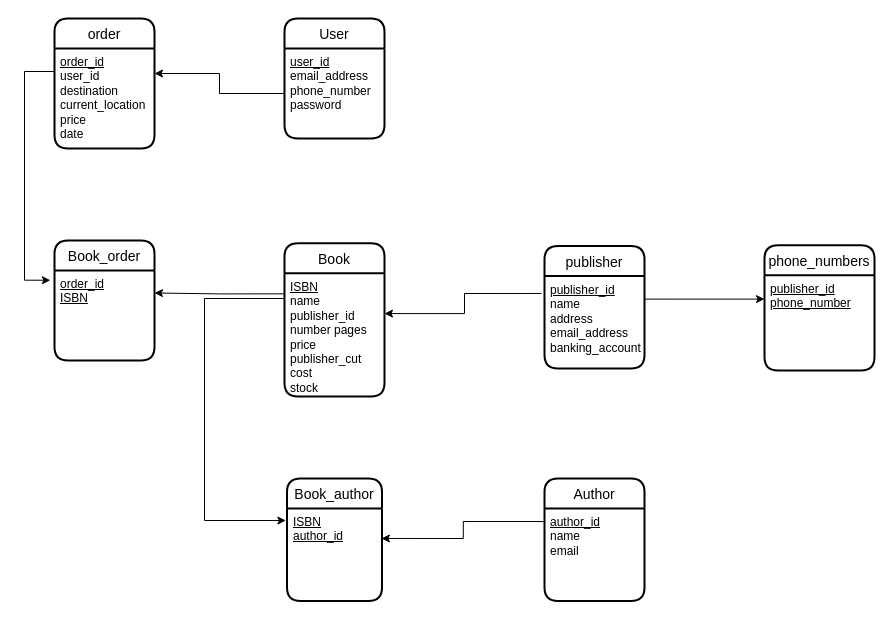
Before: LookInnaBookDiagram.drawio in ianyau28/3005Lib, a draw.io diagram. Source tidied: cells renumbered, new cells numbered last; positions are measured from the earlier drawing's top-left corner, leaving out a move shared by most shapes. Both pictures are drawn from the tidied source at 100%, with x=0, y=0 at pixel (24, 18).
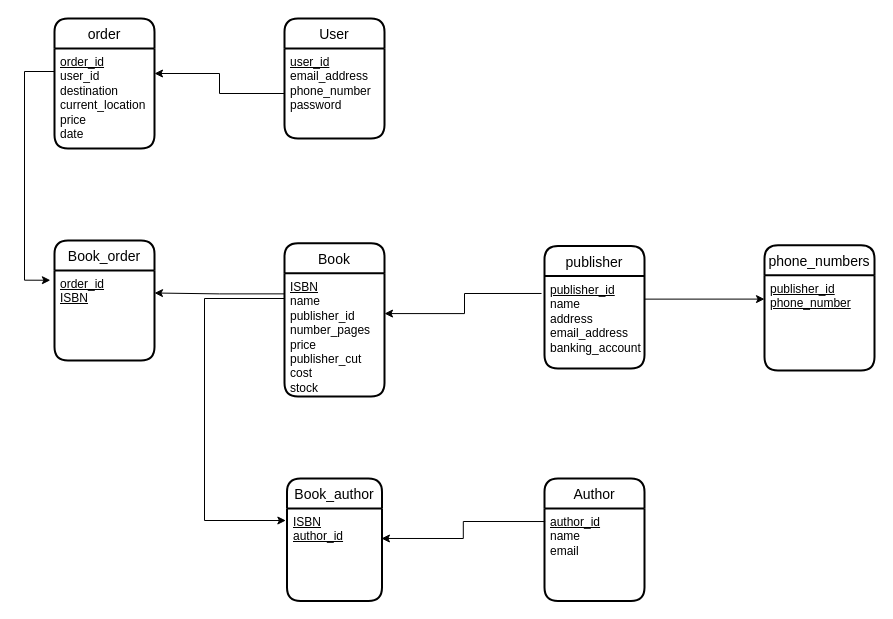
The same page after the edit.

The change refers to these unchanged cells:
```xml
<mxCell id="5" value="Book" style="swimlane;horizontal=1;startSize=30;rounded=1;fontSize=14;fontStyle=0;strokeWidth=2;shadow=0;dashed=0;align=center;" parent="1" vertex="1">
  <mxGeometry x="260" y="224.8" width="100" height="153.2" as="geometry" />
</mxCell>
```

Diff of the diagram source:
```diff
@@
-    <mxCell id="6" value="&lt;u&gt;ISBN&lt;/u&gt;&lt;br&gt;name&lt;br&gt;publisher_id&lt;br&gt;number pages&lt;br&gt;price&lt;br&gt;publisher_cut&lt;br&gt;cost&lt;br&gt;stock" style="align=left;strokeColor=none;fillColor=none;spacingLeft=4;fontSize=12;verticalAlign=top;html=1;" parent="5" vertex="1">
+    <mxCell id="6" value="&lt;u&gt;ISBN&lt;/u&gt;&lt;br&gt;name&lt;br&gt;publisher_id&lt;br&gt;number_pages&lt;br&gt;price&lt;br&gt;publisher_cut&lt;br&gt;cost&lt;br&gt;stock" style="align=left;strokeColor=none;fillColor=none;spacingLeft=4;fontSize=12;verticalAlign=top;html=1;" parent="5" vertex="1">
       <mxGeometry y="30" width="100" height="123.2" as="geometry" />
     </mxCell>
```
